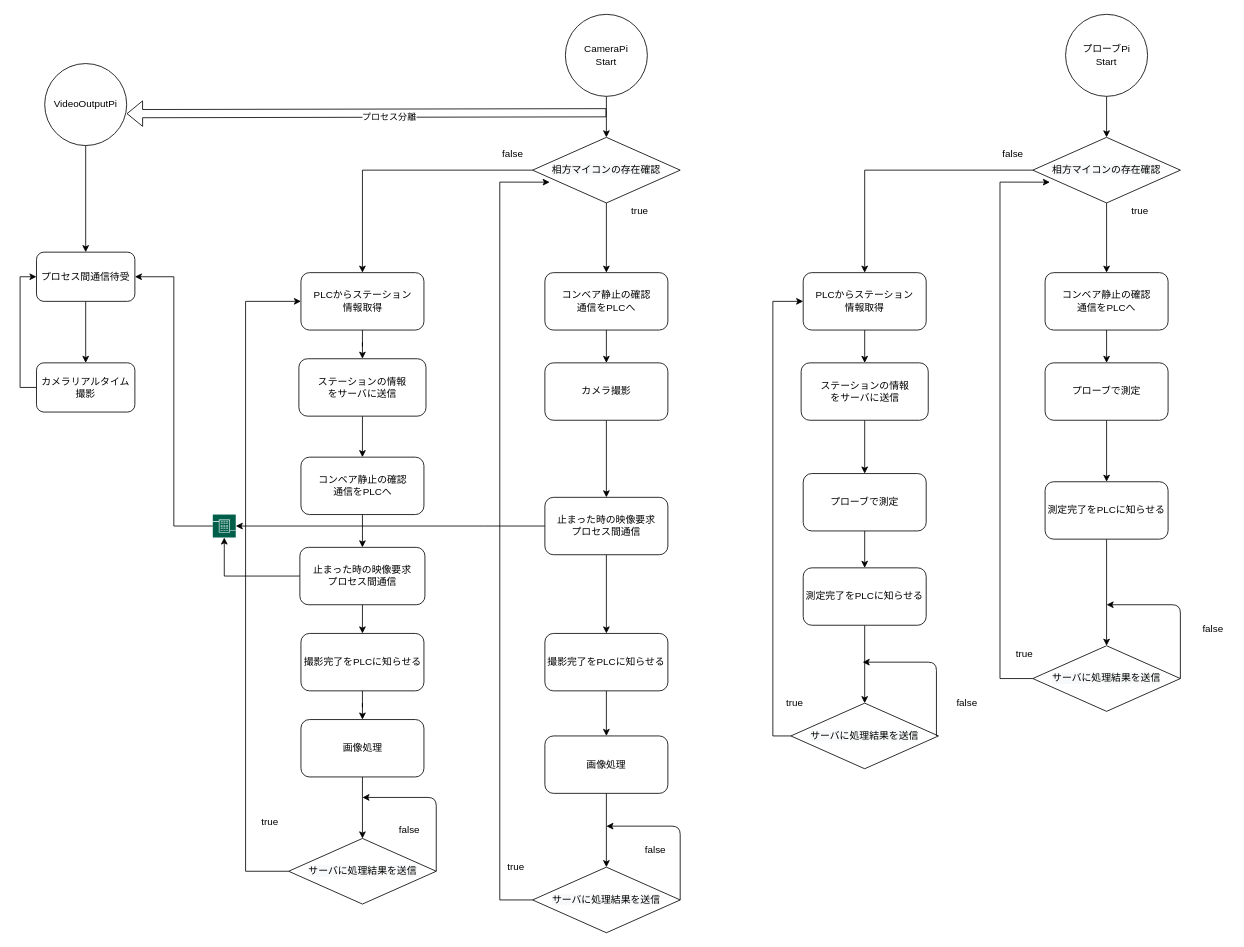
Earlier version of the draw.io diagram フローチャート.drawio (chekke1999/kaihatukadai). Source tidied: cells renumbered, new cells numbered last; positions are measured from the earlier drawing's top-left corner, leaving out a move shared by most shapes. Both pictures are drawn from the tidied source at 82%, with x=0, y=0 at pixel (20, 14).
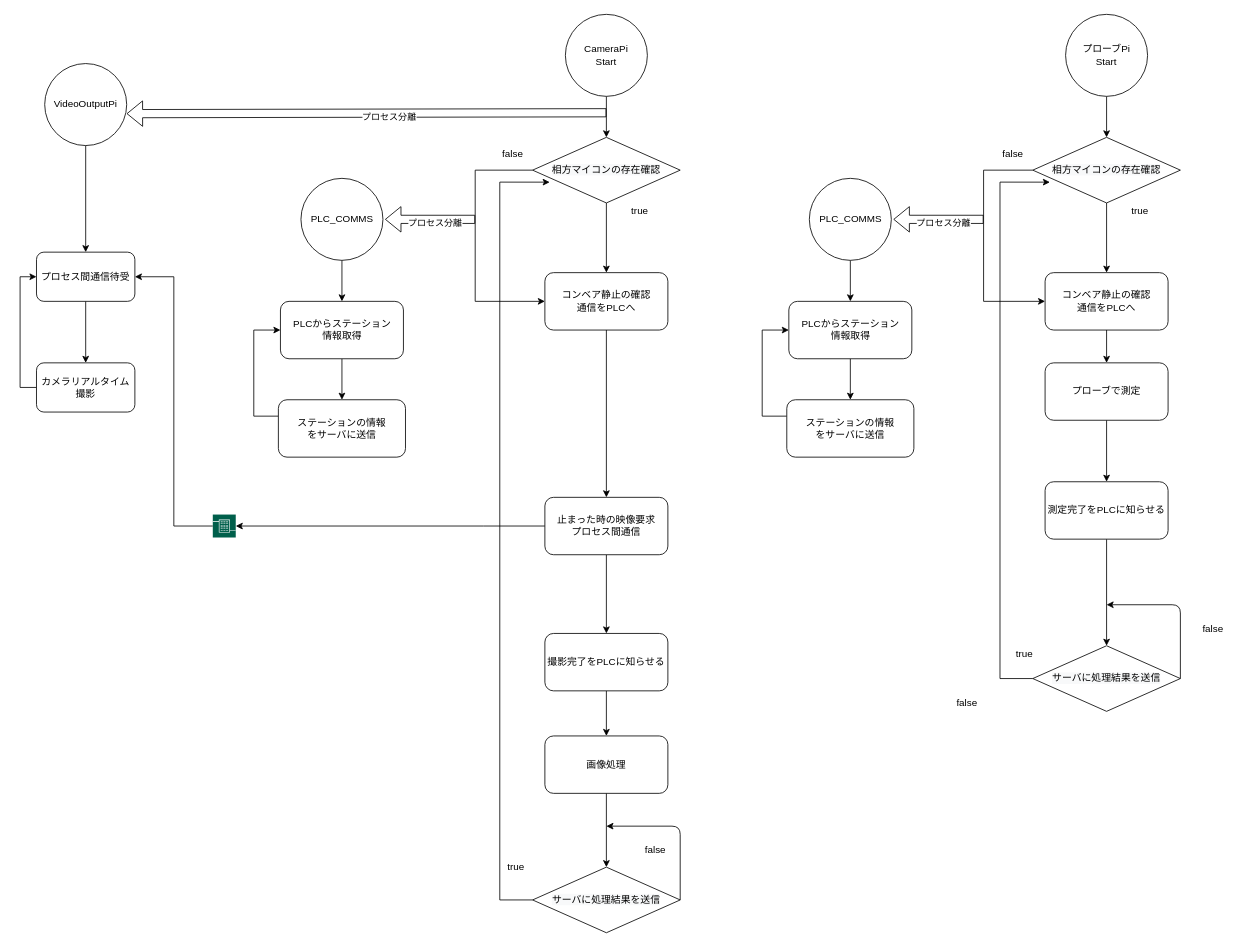
Above is the later version.

Commit message:
フローチャート.drawio

The change refers to these unchanged cells:
```xml
<mxCell id="6" value="&lt;span style=&quot;color: rgb(0, 0, 0); font-family: helvetica; font-size: 12px; font-style: normal; font-weight: 400; letter-spacing: normal; text-align: center; text-indent: 0px; text-transform: none; word-spacing: 0px; background-color: rgb(248, 249, 250); display: inline; float: none;&quot;&gt;相方マイコンの存在確認&lt;/span&gt;" style="rhombus;whiteSpace=wrap;html=1;" parent="1" vertex="1">
  <mxGeometry x="625" y="150" width="180" height="80" as="geometry" />
</mxCell>
<mxCell id="33" value="&lt;span style=&quot;font-family: &amp;#34;helvetica&amp;#34;&quot;&gt;コンベア静止の確認&lt;/span&gt;&lt;br style=&quot;font-family: &amp;#34;helvetica&amp;#34;&quot;&gt;&lt;span style=&quot;font-family: &amp;#34;helvetica&amp;#34;&quot;&gt;通信をPLCへ&lt;/span&gt;" style="rounded=1;whiteSpace=wrap;html=1;" parent="1" vertex="1">
  <mxGeometry x="640" y="315" width="150" height="70" as="geometry" />
</mxCell>
<mxCell id="36" value="止まった時の映像要求&lt;br&gt;プロセス間通信" style="rounded=1;whiteSpace=wrap;html=1;" parent="1" vertex="1">
  <mxGeometry x="640" y="589" width="150" height="70" as="geometry" />
</mxCell>
<mxCell id="43" value="&lt;span style=&quot;color: rgb(0, 0, 0); font-family: helvetica; font-size: 12px; font-style: normal; font-weight: 400; letter-spacing: normal; text-align: center; text-indent: 0px; text-transform: none; word-spacing: 0px; background-color: rgb(248, 249, 250); display: inline; float: none;&quot;&gt;相方マイコンの存在確認&lt;/span&gt;" style="rhombus;whiteSpace=wrap;html=1;" parent="1" vertex="1">
  <mxGeometry x="1235" y="150" width="180" height="80" as="geometry" />
</mxCell>
<mxCell id="63" value="&lt;span style=&quot;font-family: &amp;#34;helvetica&amp;#34;&quot;&gt;コンベア静止の確認&lt;/span&gt;&lt;br style=&quot;font-family: &amp;#34;helvetica&amp;#34;&quot;&gt;&lt;span style=&quot;font-family: &amp;#34;helvetica&amp;#34;&quot;&gt;通信をPLCへ&lt;/span&gt;" style="rounded=1;whiteSpace=wrap;html=1;" parent="1" vertex="1">
  <mxGeometry x="1250" y="315" width="150" height="70" as="geometry" />
</mxCell>
<mxCell id="79" style="shadow=0;dashed=0;html=1;strokeColor=none;fillColor=#005F4B;labelPosition=center;verticalLabelPosition=bottom;verticalAlign=top;align=center;outlineConnect=0;shape=mxgraph.veeam2.cpu_socket;" parent="1" vertex="1">
  <mxGeometry x="235" y="610" width="28" height="28" as="geometry" />
</mxCell>
```

Diff of the diagram source:
```diff
@@
-    <mxCell id="5" style="edgeStyle=orthogonalEdgeStyle;rounded=0;jettySize=auto;html=1;" parent="1" edge="1" source="6" target="20">
-      <mxGeometry relative="1" as="geometry" />
+    <mxCell id="5" style="edgeStyle=orthogonalEdgeStyle;rounded=0;jettySize=auto;html=1;entryX=0;entryY=0.5;entryDx=0;entryDy=0;" parent="1" edge="1" source="6" target="33">
+      <mxGeometry relative="1" as="geometry">
+        <Array as="points">
+          <mxPoint x="555" y="190" />
+          <mxPoint x="555" y="350" />
+        </Array>
+      </mxGeometry>
     </mxCell>
@@
-    <mxCell id="8" style="edgeStyle=orthogonalEdgeStyle;rounded=0;jettySize=auto;html=1;exitX=0.5;exitY=1;exitDx=0;exitDy=0;" parent="1" edge="1" source="33" target="10">
-      <mxGeometry relative="1" as="geometry" />
-    </mxCell>
-    <mxCell id="9" style="edgeStyle=orthogonalEdgeStyle;rounded=0;jettySize=auto;html=1;" parent="1" edge="1" source="10" target="36">
-      <mxGeometry relative="1" as="geometry" />
-    </mxCell>
-    <mxCell id="10" value="カメラ撮影" style="rounded=1;whiteSpace=wrap;html=1;" parent="1" vertex="1">
-      <mxGeometry x="640" y="425" width="150" height="70" as="geometry" />
-    </mxCell>
@@
     <mxCell id="20" value="PLCからステーション&lt;br&gt;情報取得" style="rounded=1;whiteSpace=wrap;html=1;" parent="1" vertex="1">
-      <mxGeometry x="342.5" y="315" width="150" height="70" as="geometry" />
+      <mxGeometry x="317.5" y="350" width="150" height="70" as="geometry" />
     </mxCell>
-    <mxCell id="21" style="edgeStyle=orthogonalEdgeStyle;rounded=0;jettySize=auto;html=1;" parent="1" edge="1" source="22" target="75">
-      <mxGeometry relative="1" as="geometry" />
+    <mxCell id="21" style="edgeStyle=orthogonalEdgeStyle;rounded=0;jettySize=auto;html=1;entryX=0;entryY=0.5;entryDx=0;entryDy=0;" parent="1" edge="1" source="22" target="20">
+      <mxGeometry relative="1" as="geometry">
+        <Array as="points">
+          <mxPoint x="285" y="490" />
+          <mxPoint x="285" y="385" />
+        </Array>
+      </mxGeometry>
     </mxCell>
     <mxCell id="22" value="ステーションの情報&lt;br&gt;をサーバに送信" style="rounded=1;whiteSpace=wrap;html=1;" parent="1" vertex="1">
-      <mxGeometry x="340" y="420" width="155" height="70" as="geometry" />
+      <mxGeometry x="315" y="470" width="155" height="70" as="geometry" />
     </mxCell>
-    <mxCell id="23" style="edgeStyle=orthogonalEdgeStyle;rounded=0;jettySize=auto;html=1;entryX=0.5;entryY=0;entryDx=0;entryDy=0;" parent="1" edge="1" source="25" target="38">
-      <mxGeometry relative="1" as="geometry" />
-    </mxCell>
-    <mxCell id="24" style="edgeStyle=orthogonalEdgeStyle;rounded=0;jettySize=auto;html=1;" parent="1" edge="1" source="25" target="79">
-      <mxGeometry relative="1" as="geometry" />
-    </mxCell>
-    <mxCell id="25" value="止まった時の映像要求&lt;br&gt;プロセス間通信" style="rounded=1;whiteSpace=wrap;html=1;" parent="1" vertex="1">
-      <mxGeometry x="341.2" y="650" width="152.5" height="70" as="geometry" />
-    </mxCell>
-    <mxCell id="26" style="edgeStyle=orthogonalEdgeStyle;rounded=0;jettySize=auto;html=1;entryX=0.5;entryY=0;entryDx=0;entryDy=0;" parent="1" edge="1" source="27" target="29">
-      <mxGeometry relative="1" as="geometry" />
-    </mxCell>
-    <mxCell id="27" value="画像処理" style="rounded=1;whiteSpace=wrap;html=1;" parent="1" vertex="1">
-      <mxGeometry x="342.5" y="860" width="150" height="70" as="geometry" />
-    </mxCell>
-    <mxCell id="28" style="edgeStyle=orthogonalEdgeStyle;rounded=0;jettySize=auto;html=1;entryX=0;entryY=0.5;entryDx=0;entryDy=0;" parent="1" edge="1" source="29" target="20">
-      <mxGeometry relative="1" as="geometry">
-        <Array as="points">
-          <mxPoint x="275" y="1045" />
-          <mxPoint x="275" y="350" />
-        </Array>
-      </mxGeometry>
-    </mxCell>
-    <mxCell id="29" value="&lt;span style=&quot;color: rgb(0 , 0 , 0) ; font-family: &amp;#34;helvetica&amp;#34; ; font-size: 12px ; font-style: normal ; font-weight: 400 ; letter-spacing: normal ; text-align: center ; text-indent: 0px ; text-transform: none ; word-spacing: 0px ; background-color: rgb(248 , 249 , 250) ; display: inline ; float: none&quot;&gt;サーバに処理結果を送信&lt;br&gt;&lt;/span&gt;" style="rhombus;whiteSpace=wrap;html=1;" parent="1" vertex="1">
-      <mxGeometry x="327.5" y="1005" width="180" height="80" as="geometry" />
-    </mxCell>
-    <mxCell id="30" value="true" style="text;html=1;strokeColor=none;fillColor=none;align=center;verticalAlign=middle;whiteSpace=wrap;rounded=0;" parent="1" vertex="1">
-      <mxGeometry x="285" y="975" width="40" height="20" as="geometry" />
-    </mxCell>
-    <mxCell id="31" style="endArrow=classic;html=1;" parent="1" edge="1">
-      <mxGeometry relative="1" as="geometry">
-        <mxPoint x="507.5" y="1045" as="sourcePoint" />
-        <mxPoint x="417.5" y="955" as="targetPoint" />
-        <Array as="points">
-          <mxPoint x="507.5" y="955" />
-        </Array>
-      </mxGeometry>
-    </mxCell>
-    <mxCell id="32" value="false" style="text;html=1;strokeColor=none;fillColor=none;align=center;verticalAlign=middle;whiteSpace=wrap;rounded=0;" parent="1" vertex="1">
-      <mxGeometry x="455" y="985" width="40" height="20" as="geometry" />
-    </mxCell>
+    <mxCell id="84" style="edgeStyle=orthogonalEdgeStyle;rounded=0;jettySize=auto;html=1;entryX=0.5;entryY=0;entryDx=0;entryDy=0;" parent="1" edge="1" source="33" target="36">
+      <mxGeometry relative="1" as="geometry" />
+    </mxCell>
@@
-    <mxCell id="37" style="edgeStyle=orthogonalEdgeStyle;rounded=0;jettySize=auto;html=1;entryX=0.5;entryY=0;entryDx=0;entryDy=0;" parent="1" edge="1" source="38" target="27">
-      <mxGeometry relative="1" as="geometry" />
-    </mxCell>
-    <mxCell id="38" value="撮影完了をPLCに知らせる" style="rounded=1;whiteSpace=wrap;html=1;" parent="1" vertex="1">
-      <mxGeometry x="342.5" y="755" width="150" height="70" as="geometry" />
-    </mxCell>
@@
-    <mxCell id="42" style="edgeStyle=orthogonalEdgeStyle;rounded=0;jettySize=auto;html=1;" parent="1" edge="1" source="43" target="55">
-      <mxGeometry relative="1" as="geometry" />
+    <mxCell id="42" style="edgeStyle=orthogonalEdgeStyle;rounded=0;jettySize=auto;html=1;entryX=0;entryY=0.5;entryDx=0;entryDy=0;" parent="1" edge="1" source="43" target="63">
+      <mxGeometry relative="1" as="geometry">
+        <Array as="points">
+          <mxPoint x="1175" y="190" />
+          <mxPoint x="1175" y="350" />
+        </Array>
+      </mxGeometry>
     </mxCell>
@@
-    <mxCell id="54" style="edgeStyle=orthogonalEdgeStyle;rounded=0;jettySize=auto;html=1;" parent="1" edge="1" source="55" target="57">
-      <mxGeometry relative="1" as="geometry" />
-    </mxCell>
-    <mxCell id="55" value="PLCからステーション&lt;br&gt;情報取得" style="rounded=1;whiteSpace=wrap;html=1;" parent="1" vertex="1">
-      <mxGeometry x="955" y="315" width="150" height="70" as="geometry" />
-    </mxCell>
-    <mxCell id="56" style="edgeStyle=orthogonalEdgeStyle;rounded=0;jettySize=auto;html=1;entryX=0.5;entryY=0;entryDx=0;entryDy=0;" parent="1" edge="1" source="57" target="69">
-      <mxGeometry relative="1" as="geometry" />
-    </mxCell>
-    <mxCell id="57" value="ステーションの情報&lt;br&gt;をサーバに送信" style="rounded=1;whiteSpace=wrap;html=1;" parent="1" vertex="1">
-      <mxGeometry x="952.5" y="425" width="155" height="70" as="geometry" />
-    </mxCell>
-    <mxCell id="58" style="edgeStyle=orthogonalEdgeStyle;rounded=0;jettySize=auto;html=1;entryX=0;entryY=0.5;entryDx=0;entryDy=0;" parent="1" edge="1" source="59" target="55">
-      <mxGeometry relative="1" as="geometry">
-        <Array as="points">
-          <mxPoint x="918" y="880" />
-          <mxPoint x="918" y="350" />
-        </Array>
-      </mxGeometry>
-    </mxCell>
-    <mxCell id="59" value="&lt;span style=&quot;color: rgb(0 , 0 , 0) ; font-family: &amp;#34;helvetica&amp;#34; ; font-size: 12px ; font-style: normal ; font-weight: 400 ; letter-spacing: normal ; text-align: center ; text-indent: 0px ; text-transform: none ; word-spacing: 0px ; background-color: rgb(248 , 249 , 250) ; display: inline ; float: none&quot;&gt;サーバに処理結果を送信&lt;br&gt;&lt;/span&gt;" style="rhombus;whiteSpace=wrap;html=1;" parent="1" vertex="1">
-      <mxGeometry x="940" y="840" width="180" height="80" as="geometry" />
-    </mxCell>
-    <mxCell id="60" value="true" style="text;html=1;strokeColor=none;fillColor=none;align=center;verticalAlign=middle;whiteSpace=wrap;rounded=0;" parent="1" vertex="1">
-      <mxGeometry x="925" y="830" width="40" height="20" as="geometry" />
-    </mxCell>
-    <mxCell id="61" style="endArrow=classic;html=1;" parent="1" edge="1">
-      <mxGeometry relative="1" as="geometry">
-        <mxPoint x="1117.5" y="880" as="sourcePoint" />
-        <mxPoint x="1027.5" y="790" as="targetPoint" />
-        <Array as="points">
-          <mxPoint x="1117.5" y="790" />
-        </Array>
-      </mxGeometry>
-    </mxCell>
@@
-    <mxCell id="66" style="edgeStyle=orthogonalEdgeStyle;rounded=0;jettySize=auto;html=1;entryX=0.5;entryY=0;entryDx=0;entryDy=0;" parent="1" edge="1" source="67" target="59">
-      <mxGeometry relative="1" as="geometry" />
-    </mxCell>
-    <mxCell id="67" value="測定完了をPLCに知らせる" style="rounded=1;whiteSpace=wrap;html=1;" parent="1" vertex="1">
-      <mxGeometry x="955" y="675" width="150" height="70" as="geometry" />
-    </mxCell>
-    <mxCell id="68" style="edgeStyle=orthogonalEdgeStyle;rounded=0;jettySize=auto;html=1;" parent="1" edge="1" source="69" target="67">
-      <mxGeometry relative="1" as="geometry" />
-    </mxCell>
-    <mxCell id="69" value="プローブで測定" style="rounded=1;whiteSpace=wrap;html=1;" parent="1" vertex="1">
-      <mxGeometry x="955" y="560" width="150" height="70" as="geometry" />
-    </mxCell>
@@
-    <mxCell id="74" style="edgeStyle=orthogonalEdgeStyle;rounded=0;jettySize=auto;html=1;" parent="1" edge="1" source="75" target="25">
-      <mxGeometry relative="1" as="geometry" />
-    </mxCell>
-    <mxCell id="75" value="&lt;span style=&quot;font-family: &amp;#34;helvetica&amp;#34;&quot;&gt;コンベア静止の確認&lt;/span&gt;&lt;br style=&quot;font-family: &amp;#34;helvetica&amp;#34;&quot;&gt;&lt;span style=&quot;font-family: &amp;#34;helvetica&amp;#34;&quot;&gt;通信をPLCへ&lt;/span&gt;" style="rounded=1;whiteSpace=wrap;html=1;" parent="1" vertex="1">
-      <mxGeometry x="342.5" y="540" width="150" height="70" as="geometry" />
-    </mxCell>
@@
+    <mxCell id="85" style="shape=flexArrow;endArrow=classic;html=1;" parent="1" edge="1">
+      <mxGeometry relative="1" as="geometry">
+        <mxPoint x="555" y="250" as="sourcePoint" />
+        <mxPoint x="445" y="250" as="targetPoint" />
+      </mxGeometry>
+    </mxCell>
+    <mxCell id="86" value="プロセス分離" style="edgeLabel;html=1;align=center;verticalAlign=middle;" parent="85" vertex="1">
+      <mxGeometry x="-0.09" y="4" relative="1" as="geometry" />
+    </mxCell>
+    <mxCell id="87" style="edgeStyle=orthogonalEdgeStyle;rounded=0;jettySize=auto;html=1;" parent="1" edge="1" source="88" target="20">
+      <mxGeometry relative="1" as="geometry" />
+    </mxCell>
+    <mxCell id="88" value="PLC_COMMS" style="ellipse;whiteSpace=wrap;html=1;" parent="1" vertex="1">
+      <mxGeometry x="342.5" y="200" width="100" height="100" as="geometry" />
+    </mxCell>
+    <mxCell id="54" style="edgeStyle=orthogonalEdgeStyle;rounded=0;jettySize=auto;html=1;" parent="1" edge="1" source="55" target="57">
+      <mxGeometry relative="1" as="geometry" />
+    </mxCell>
+    <mxCell id="55" value="PLCからステーション&lt;br&gt;情報取得" style="rounded=1;whiteSpace=wrap;html=1;" parent="1" vertex="1">
+      <mxGeometry x="937.5" y="350" width="150" height="70" as="geometry" />
+    </mxCell>
+    <mxCell id="89" style="edgeStyle=orthogonalEdgeStyle;rounded=0;jettySize=auto;html=1;entryX=0;entryY=0.5;entryDx=0;entryDy=0;" parent="1" edge="1" source="57" target="55">
+      <mxGeometry relative="1" as="geometry">
+        <Array as="points">
+          <mxPoint x="905" y="490" />
+          <mxPoint x="905" y="385" />
+        </Array>
+      </mxGeometry>
+    </mxCell>
+    <mxCell id="57" value="ステーションの情報&lt;br&gt;をサーバに送信" style="rounded=1;whiteSpace=wrap;html=1;" parent="1" vertex="1">
+      <mxGeometry x="935" y="470" width="155" height="70" as="geometry" />
+    </mxCell>
+    <mxCell id="90" style="shape=flexArrow;endArrow=classic;html=1;" parent="1" edge="1">
+      <mxGeometry relative="1" as="geometry">
+        <mxPoint x="1175" y="250" as="sourcePoint" />
+        <mxPoint x="1065" y="250" as="targetPoint" />
+      </mxGeometry>
+    </mxCell>
+    <mxCell id="91" value="プロセス分離" style="edgeLabel;html=1;align=center;verticalAlign=middle;" parent="90" vertex="1">
+      <mxGeometry x="-0.09" y="4" relative="1" as="geometry" />
+    </mxCell>
+    <mxCell id="92" style="edgeStyle=orthogonalEdgeStyle;rounded=0;jettySize=auto;html=1;" parent="1" edge="1" source="93" target="55">
+      <mxGeometry relative="1" as="geometry" />
+    </mxCell>
+    <mxCell id="93" value="PLC_COMMS" style="ellipse;whiteSpace=wrap;html=1;" parent="1" vertex="1">
+      <mxGeometry x="962.5" y="200" width="100" height="100" as="geometry" />
+    </mxCell>
```
